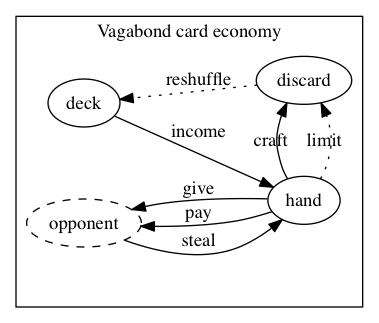
This is diagrams/vagabond-cards.png from krawaller/root, a Graphviz export, as it was before one commit. Its source is kept beside it as diagrams/vagabond-cards.dot.
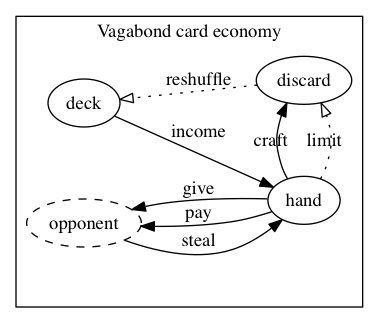
The same diagram one commit later.

Commit message:
empty arrowhead for dotted lines

What changed in the source:
```diff
@@ -9,7 +9,7 @@
 
     deck -> hand [label="income"]
     hand -> discard [label="   limit" color=transparent fontcolor=transparent]
-    hand -> discard [label="   limit" style=dotted]
+    hand -> discard [label="   limit" style=dotted arrowhead=empty]
 
     hand -> discard [label="   craft"]
 
@@ -19,7 +19,7 @@
     hand -> opponent [label="give"]
     opponent -> hand [label="steal"]
 
-    discard -> deck [label="reshuffle" style=dotted]
+    discard -> deck [label="reshuffle" style=dotted arrowhead=empty]
 
     {rank=same; deck, opponent}
     {rank=same; hand, discard}
```
